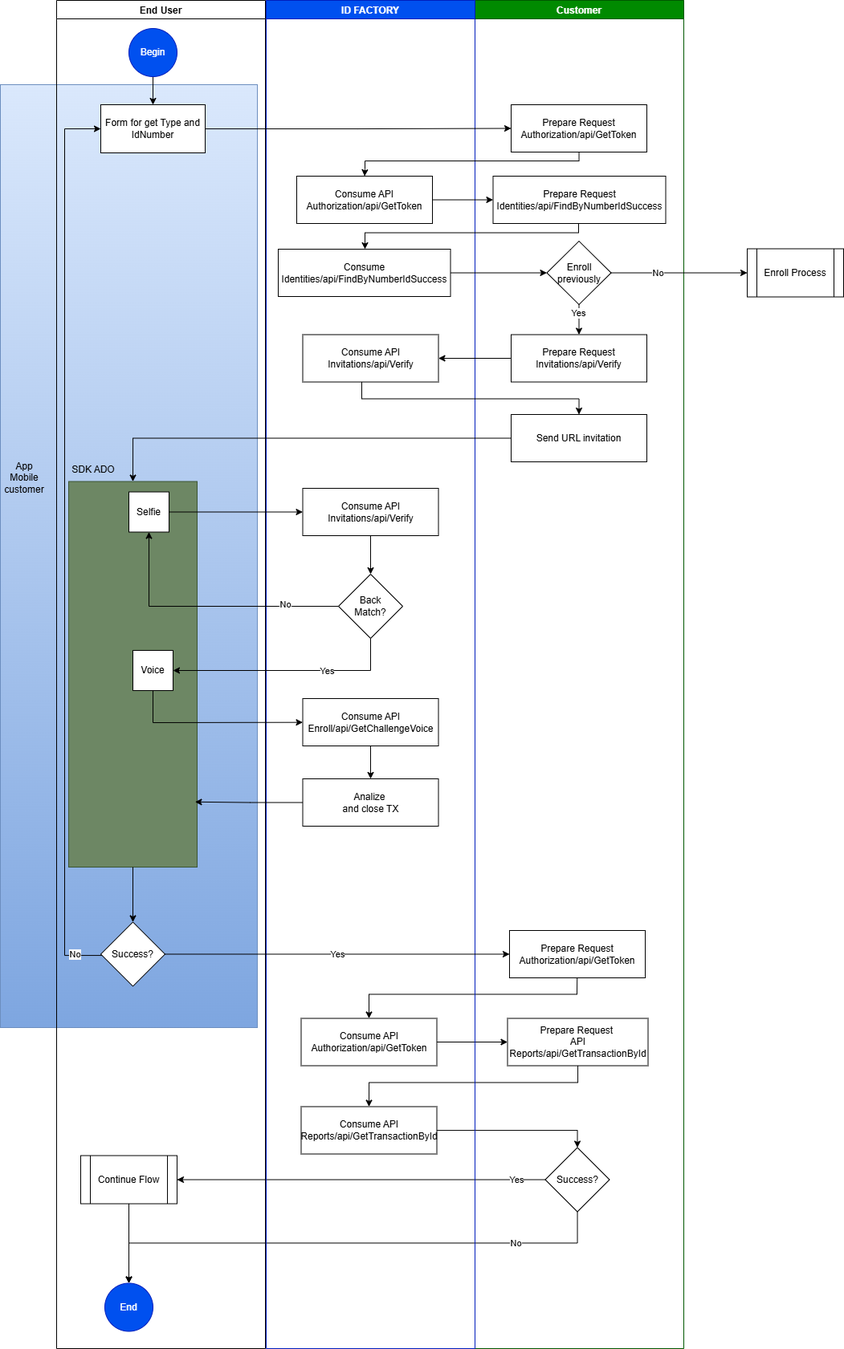
The draw.io diagram V2/imgs/Verify.png in A3-Enterprise/A3.Frontend.Documentations, before a commit. Source tidied: cells renumbered, new cells last; positions are measured from the earlier drawing's top-left corner, leaving out a move shared by most shapes.
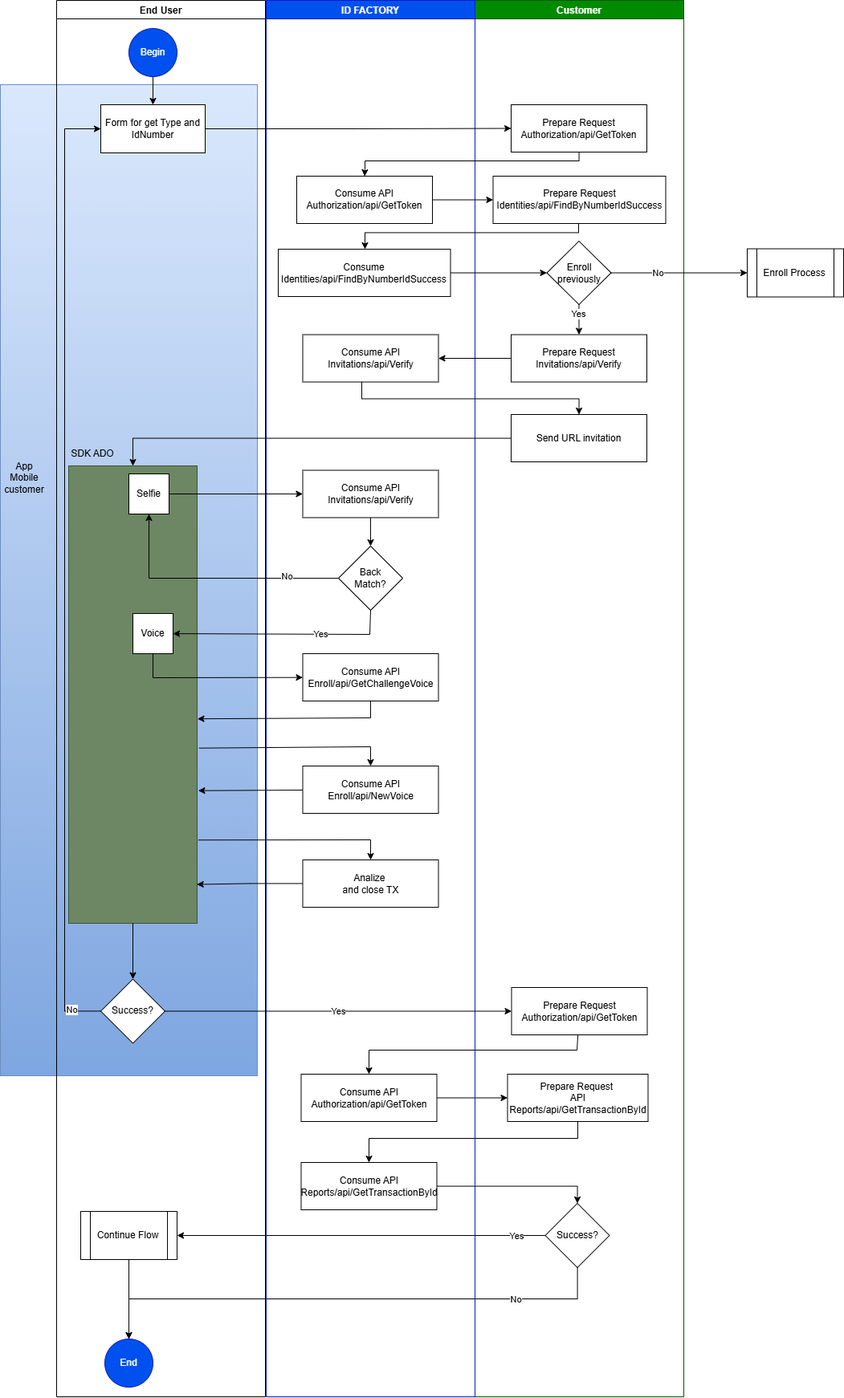
The same diagram one commit later.

Change to the diagram source:
```diff
@@ -3,10 +3,10 @@
     <mxCell id="0" />
     <mxCell id="1" parent="0" />
     <mxCell id="2" style="rounded=0;whiteSpace=wrap;html=1;fillColor=#dae8fc;gradientColor=#7ea6e0;strokeColor=#6c8ebf;" parent="1" vertex="1">
-      <mxGeometry y="105" width="320" height="1175" as="geometry" />
+      <mxGeometry y="105" width="320" height="1235" as="geometry" />
     </mxCell>
     <mxCell id="3" value="Customer" style="swimlane;fillColor=#008a00;fontColor=#ffffff;strokeColor=#005700;" parent="1" vertex="1">
-      <mxGeometry x="591" width="260" height="1680" as="geometry" />
+      <mxGeometry x="591" width="260" height="1740" as="geometry" />
     </mxCell>
     <mxCell id="4" value="Prepare Request Identities/api/FindByNumberIdSuccess" style="rounded=0;whiteSpace=wrap;html=1;" parent="3" vertex="1">
       <mxGeometry x="22.5" y="219" width="215" height="59" as="geometry" />
@@ -32,13 +32,13 @@
       </mxGeometry>
     </mxCell>
     <mxCell id="11" value="End" style="ellipse;whiteSpace=wrap;html=1;fillColor=#0050ef;fontColor=#ffffff;strokeColor=#001DBC;" parent="3" vertex="1">
-      <mxGeometry x="-461" y="1598.5" width="60" height="60" as="geometry" />
+      <mxGeometry x="-461" y="1668" width="60" height="60" as="geometry" />
     </mxCell>
     <mxCell id="12" style="edgeStyle=orthogonalEdgeStyle;rounded=0;jettySize=auto;html=1;entryX=0.5;entryY=0;entryDx=0;entryDy=0;" parent="3" edge="1" source="18" target="11">
       <mxGeometry relative="1" as="geometry">
         <Array as="points">
-          <mxPoint x="128" y="1548.5" />
-          <mxPoint x="-431" y="1548.5" />
+          <mxPoint x="128" y="1618" />
+          <mxPoint x="-431" y="1618" />
         </Array>
       </mxGeometry>
     </mxCell>
@@ -51,7 +51,7 @@
       <mxGeometry relative="1" as="geometry" />
     </mxCell>
     <mxCell id="15" value="Continue Flow" style="shape=process;whiteSpace=wrap;html=1;backgroundOutline=1;" parent="3" vertex="1">
-      <mxGeometry x="-491" y="1439.5" width="120" height="60" as="geometry" />
+      <mxGeometry x="-491" y="1509" width="120" height="60" as="geometry" />
     </mxCell>
     <mxCell id="16" style="edgeStyle=orthogonalEdgeStyle;rounded=0;jettySize=auto;html=1;" parent="3" edge="1" source="18" target="15">
       <mxGeometry relative="1" as="geometry" />
@@ -62,27 +62,27 @@
       </mxGeometry>
     </mxCell>
     <mxCell id="18" value="Success?" style="rhombus;whiteSpace=wrap;html=1;" parent="3" vertex="1">
-      <mxGeometry x="87.5" y="1429.5" width="80" height="80" as="geometry" />
+      <mxGeometry x="87.5" y="1499" width="80" height="80" as="geometry" />
     </mxCell>
     <mxCell id="19" style="edgeStyle=orthogonalEdgeStyle;rounded=0;jettySize=auto;html=1;entryX=0.5;entryY=0;entryDx=0;entryDy=0;" parent="3" edge="1" source="20" target="18">
       <mxGeometry relative="1" as="geometry" />
     </mxCell>
     <mxCell id="20" value="Consume API Reports/api/GetTransactionById" style="rounded=0;whiteSpace=wrap;html=1;" parent="3" vertex="1">
-      <mxGeometry x="-216.5" y="1378.5" width="169" height="59" as="geometry" />
+      <mxGeometry x="-216.5" y="1448" width="169" height="59" as="geometry" />
     </mxCell>
     <mxCell id="21" style="edgeStyle=orthogonalEdgeStyle;rounded=0;jettySize=auto;html=1;entryX=0.5;entryY=0;entryDx=0;entryDy=0;" parent="3" edge="1" source="22" target="20">
       <mxGeometry relative="1" as="geometry">
         <Array as="points">
-          <mxPoint x="128" y="1348.5" />
-          <mxPoint x="-132" y="1348.5" />
+          <mxPoint x="128" y="1418" />
+          <mxPoint x="-132" y="1418" />
         </Array>
       </mxGeometry>
     </mxCell>
     <mxCell id="22" value="Prepare Request&amp;nbsp;&lt;div&gt;API Reports/api/GetTransactionById&lt;/div&gt;" style="rounded=0;whiteSpace=wrap;html=1;" parent="3" vertex="1">
-      <mxGeometry x="40.5" y="1268.5" width="175" height="59" as="geometry" />
+      <mxGeometry x="40.5" y="1338" width="175" height="59" as="geometry" />
     </mxCell>
     <mxCell id="23" value="Consume API Authorization/api/GetToken" style="rounded=0;whiteSpace=wrap;html=1;" parent="3" vertex="1">
-      <mxGeometry x="-216.5" y="1268.5" width="169" height="59" as="geometry" />
+      <mxGeometry x="-216.5" y="1338" width="169" height="59" as="geometry" />
     </mxCell>
     <mxCell id="24" style="edgeStyle=orthogonalEdgeStyle;rounded=0;jettySize=auto;html=1;entryX=0;entryY=0.5;entryDx=0;entryDy=0;" parent="3" edge="1" source="23" target="22">
       <mxGeometry relative="1" as="geometry" />
@@ -90,25 +90,25 @@
     <mxCell id="25" style="endArrow=classic;html=1;rounded=0;" parent="3" edge="1" source="26" target="23">
       <mxGeometry relative="1" as="geometry">
         <Array as="points">
-          <mxPoint x="127" y="1238.5" />
-          <mxPoint x="-132" y="1238.5" />
+          <mxPoint x="127" y="1308" />
+          <mxPoint x="-132" y="1308" />
         </Array>
       </mxGeometry>
     </mxCell>
     <mxCell id="26" value="Prepare Request Authorization/api/GetToken" style="rounded=0;whiteSpace=wrap;html=1;" parent="3" vertex="1">
-      <mxGeometry x="43" y="1159" width="169" height="59" as="geometry" />
+      <mxGeometry x="45.5" y="1230" width="169" height="59" as="geometry" />
     </mxCell>
     <mxCell id="27" value="ID FACTORY" style="swimlane;startSize=23;fillColor=#0050ef;fontColor=#ffffff;strokeColor=#001DBC;" parent="1" vertex="1">
-      <mxGeometry x="331" width="260" height="1680" as="geometry" />
+      <mxGeometry x="331" width="260" height="1740" as="geometry" />
     </mxCell>
     <mxCell id="28" style="edgeStyle=orthogonalEdgeStyle;rounded=0;jettySize=auto;html=1;" parent="27" edge="1" source="29" target="34">
       <mxGeometry relative="1" as="geometry" />
     </mxCell>
     <mxCell id="29" value="Consume API Invitations/api/Verify" style="rounded=0;whiteSpace=wrap;html=1;" parent="27" vertex="1">
-      <mxGeometry x="45.5" y="608" width="169" height="59" as="geometry" />
+      <mxGeometry x="45.5" y="585.5" width="169" height="59" as="geometry" />
     </mxCell>
     <mxCell id="30" value="Analize&amp;nbsp;&lt;div&gt;and close TX&lt;/div&gt;" style="rounded=0;whiteSpace=wrap;html=1;" parent="27" vertex="1">
-      <mxGeometry x="45.5" y="970" width="169" height="59" as="geometry" />
+      <mxGeometry x="45.5" y="1071" width="169" height="59" as="geometry" />
     </mxCell>
     <mxCell id="31" value="Consume API Authorization/api/GetToken" style="rounded=0;whiteSpace=wrap;html=1;" parent="27" vertex="1">
       <mxGeometry x="38" y="219" width="169" height="59" as="geometry" />
@@ -120,16 +120,16 @@
       <mxGeometry x="45.5" y="416.5" width="169" height="59" as="geometry" />
     </mxCell>
     <mxCell id="34" value="Back&lt;div&gt;Match?&lt;/div&gt;" style="rhombus;whiteSpace=wrap;html=1;" parent="27" vertex="1">
-      <mxGeometry x="90" y="715" width="80" height="80" as="geometry" />
+      <mxGeometry x="90" y="680" width="80" height="80" as="geometry" />
     </mxCell>
     <mxCell id="35" value="Consume API Enroll/api/GetChallengeVoice" style="rounded=0;whiteSpace=wrap;html=1;" parent="27" vertex="1">
-      <mxGeometry x="45.5" y="870" width="169" height="59" as="geometry" />
+      <mxGeometry x="45.5" y="814" width="169" height="59" as="geometry" />
     </mxCell>
-    <mxCell id="36" style="endArrow=classic;html=1;rounded=0;" parent="27" edge="1" source="35" target="30">
-      <mxGeometry relative="1" as="geometry" />
-    </mxCell>
+    <mxCell id="70" value="Consume API Enroll/api/NewVoice" style="rounded=0;whiteSpace=wrap;html=1;" parent="27" vertex="1">
+      <mxGeometry x="45.5" y="954" width="169" height="59" as="geometry" />
+    </mxCell>
     <mxCell id="37" value="End User" style="swimlane;" parent="1" vertex="1">
-      <mxGeometry x="70" width="260" height="1680" as="geometry" />
+      <mxGeometry x="70" width="260" height="1740" as="geometry" />
     </mxCell>
     <mxCell id="38" style="edgeStyle=orthogonalEdgeStyle;rounded=0;jettySize=auto;html=1;entryX=0.5;entryY=0;entryDx=0;entryDy=0;" parent="37" edge="1" source="39" target="40">
       <mxGeometry relative="1" as="geometry" />
@@ -141,24 +141,24 @@
       <mxGeometry x="55" y="130" width="130" height="60" as="geometry" />
     </mxCell>
     <mxCell id="41" style="rounded=0;whiteSpace=wrap;html=1;align=left;fillColor=#6d8764;fontColor=#ffffff;strokeColor=#3A5431;" parent="37" vertex="1">
-      <mxGeometry x="15" y="599.5" width="160" height="480.5" as="geometry" />
+      <mxGeometry x="15" y="580" width="160" height="570" as="geometry" />
     </mxCell>
     <mxCell id="42" value="Selfie" style="whiteSpace=wrap;html=1;" parent="37" vertex="1">
-      <mxGeometry x="90" y="612.5" width="50" height="50" as="geometry" />
+      <mxGeometry x="90" y="590" width="50" height="50" as="geometry" />
     </mxCell>
     <mxCell id="43" value="SDK ADO" style="text;html=1;align=center;verticalAlign=middle;whiteSpace=wrap;rounded=0;" parent="37" vertex="1">
-      <mxGeometry x="16" y="569.5" width="60" height="30" as="geometry" />
+      <mxGeometry x="15" y="550" width="60" height="30" as="geometry" />
     </mxCell>
     <mxCell id="44" style="edgeStyle=orthogonalEdgeStyle;rounded=0;orthogonalLoop=1;jettySize=auto;html=1;exitX=0.5;exitY=1;exitDx=0;exitDy=0;" parent="37" edge="1" source="41" target="41">
       <mxGeometry relative="1" as="geometry" />
     </mxCell>
     <mxCell id="45" value="Success?" style="rhombus;whiteSpace=wrap;html=1;" parent="37" vertex="1">
-      <mxGeometry x="55" y="1148.5" width="80" height="80" as="geometry" />
+      <mxGeometry x="55" y="1219.5" width="80" height="80" as="geometry" />
     </mxCell>
     <mxCell id="46" style="edgeStyle=orthogonalEdgeStyle;rounded=0;jettySize=auto;html=1;entryX=0;entryY=0.5;entryDx=0;entryDy=0;" parent="37" edge="1" source="45" target="40">
       <mxGeometry relative="1" as="geometry">
         <Array as="points">
-          <mxPoint x="10" y="1190" />
+          <mxPoint x="10" y="1260" />
           <mxPoint x="10" y="160" />
         </Array>
       </mxGeometry>
@@ -170,7 +170,7 @@
       <mxGeometry relative="1" as="geometry" />
     </mxCell>
     <mxCell id="49" value="Voice" style="whiteSpace=wrap;html=1;" parent="37" vertex="1">
-      <mxGeometry x="95" y="810" width="50" height="50" as="geometry" />
+      <mxGeometry x="95" y="764" width="50" height="50" as="geometry" />
     </mxCell>
     <mxCell id="50" value="App Mobile customer" style="text;html=1;align=center;verticalAlign=middle;whiteSpace=wrap;rounded=0;" parent="1" vertex="1">
       <mxGeometry y="579.5" width="60" height="30" as="geometry" />
@@ -203,7 +203,7 @@
         </Array>
       </mxGeometry>
     </mxCell>
-    <mxCell id="58" style="edgeStyle=orthogonalEdgeStyle;rounded=0;jettySize=auto;html=1;entryX=0.984;entryY=0.831;entryDx=0;entryDy=0;entryPerimeter=0;" parent="1" edge="1" source="30" target="41">
+    <mxCell id="58" style="edgeStyle=orthogonalEdgeStyle;rounded=0;jettySize=auto;html=1;entryX=0.998;entryY=0.915;entryDx=0;entryDy=0;entryPerimeter=0;" parent="1" edge="1" source="30" target="41">
       <mxGeometry relative="1" as="geometry" />
     </mxCell>
     <mxCell id="59" style="edgeStyle=orthogonalEdgeStyle;rounded=0;jettySize=auto;html=1;entryX=0;entryY=0.5;entryDx=0;entryDy=0;" parent="1" edge="1" source="40" target="8">
@@ -239,7 +239,7 @@
     <mxCell id="65" style="endArrow=classic;html=1;rounded=0;exitX=0.5;exitY=1;exitDx=0;exitDy=0;" parent="1" edge="1" source="34" target="49">
       <mxGeometry relative="1" as="geometry">
         <Array as="points">
-          <mxPoint x="461" y="835" />
+          <mxPoint x="460" y="790" />
         </Array>
       </mxGeometry>
     </mxCell>
@@ -249,19 +249,43 @@
     <mxCell id="67" style="endArrow=classic;html=1;rounded=0;" parent="1" edge="1" source="49" target="35">
       <mxGeometry relative="1" as="geometry">
         <Array as="points">
-          <mxPoint x="190" y="900" />
+          <mxPoint x="190" y="844" />
         </Array>
       </mxGeometry>
     </mxCell>
     <mxCell id="68" style="endArrow=classic;html=1;rounded=0;" parent="1" edge="1" source="34" target="42">
       <mxGeometry relative="1" as="geometry">
         <Array as="points">
-          <mxPoint x="185" y="755" />
+          <mxPoint x="185" y="720" />
         </Array>
       </mxGeometry>
     </mxCell>
     <mxCell id="69" value="No" style="edgeLabel;html=1;align=center;verticalAlign=middle;" parent="68" vertex="1">
       <mxGeometry x="-0.6" y="-3" relative="1" as="geometry" />
     </mxCell>
+    <mxCell id="71" style="endArrow=classic;html=1;rounded=0;entryX=1.009;entryY=0.71;entryDx=0;entryDy=0;entryPerimeter=0;" parent="1" edge="1" source="70" target="41">
+      <mxGeometry relative="1" as="geometry" />
+    </mxCell>
+    <mxCell id="72" style="endArrow=classic;html=1;rounded=0;exitX=1.009;exitY=0.818;exitDx=0;exitDy=0;exitPerimeter=0;entryX=0.5;entryY=0;entryDx=0;entryDy=0;" parent="1" edge="1" source="41" target="30">
+      <mxGeometry relative="1" as="geometry">
+        <Array as="points">
+          <mxPoint x="461" y="1046" />
+        </Array>
+      </mxGeometry>
+    </mxCell>
+    <mxCell id="73" style="endArrow=classic;html=1;rounded=0;entryX=1.003;entryY=0.553;entryDx=0;entryDy=0;entryPerimeter=0;" parent="1" edge="1" source="35" target="41">
+      <mxGeometry relative="1" as="geometry">
+        <Array as="points">
+          <mxPoint x="461" y="894" />
+        </Array>
+      </mxGeometry>
+    </mxCell>
+    <mxCell id="74" style="endArrow=classic;html=1;rounded=0;exitX=1.015;exitY=0.617;exitDx=0;exitDy=0;exitPerimeter=0;" parent="1" edge="1" source="41" target="70">
+      <mxGeometry relative="1" as="geometry">
+        <Array as="points">
+          <mxPoint x="461" y="930" />
+        </Array>
+      </mxGeometry>
+    </mxCell>
   </root>
 </mxGraphModel>
```
